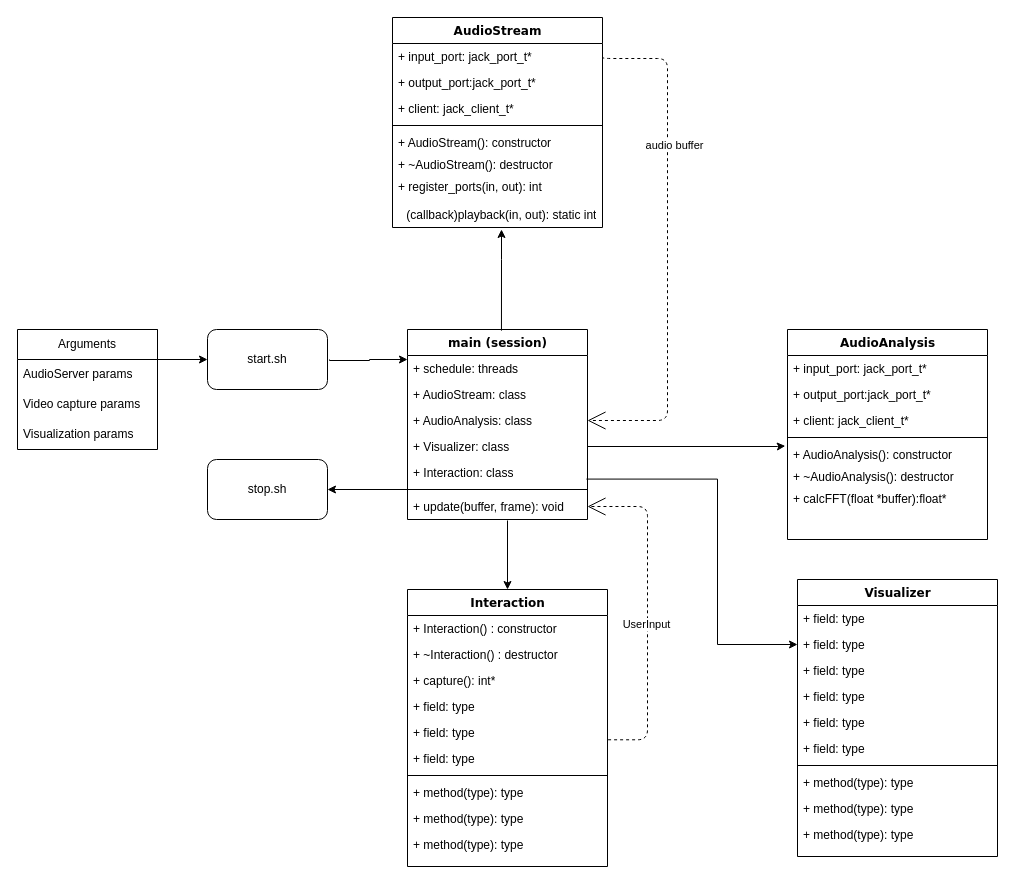
The draw.io diagram uml.drawio in pasquale90/interactive-audio-visualizer, before the edit. Source tidied: cells renumbered, new cells numbered last; positions are measured from the earlier drawing's top-left corner, leaving out a move shared by most shapes. Both pictures are drawn from the tidied source at 100%, with x=0, y=0 at pixel (17, 17).
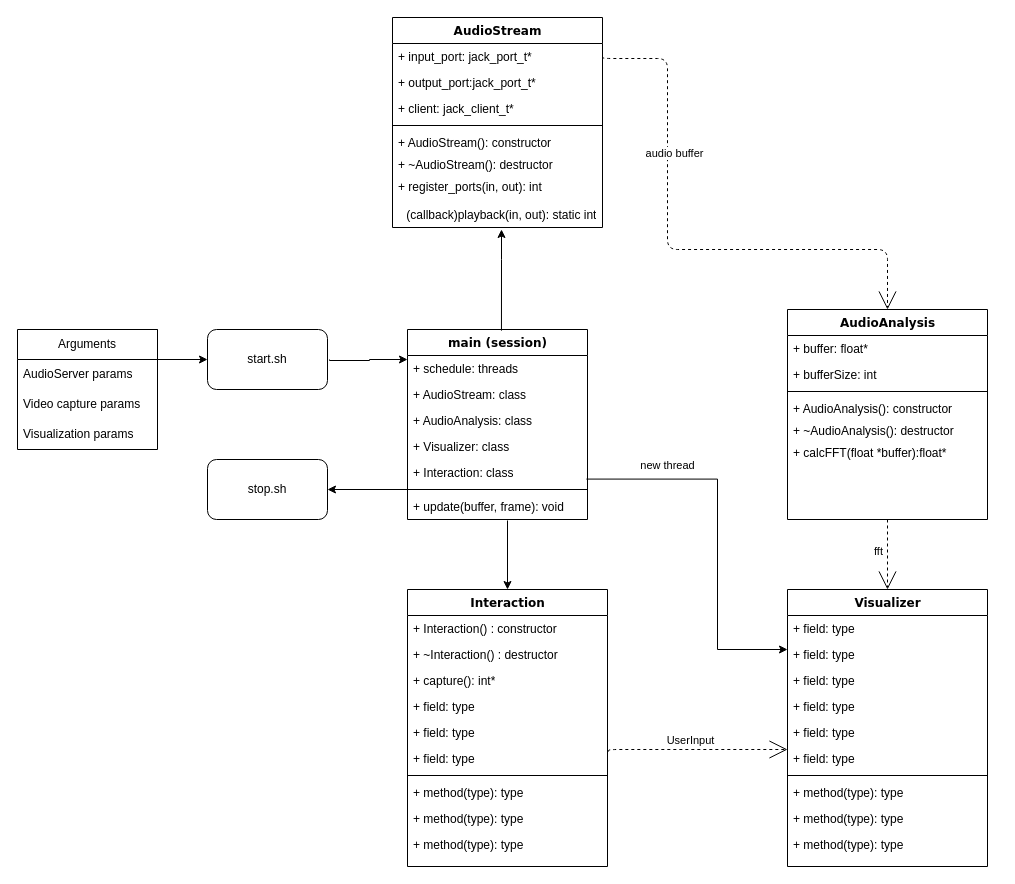
After the change.

The change refers to these unchanged cells:
```xml
<mxCell id="5" value="+ AudioAnalysis: class" style="text;html=1;strokeColor=none;fillColor=none;align=left;verticalAlign=top;spacingLeft=4;spacingRight=4;whiteSpace=wrap;overflow=hidden;points=[[0,0.5],[1,0.5]];portConstraint=eastwest;" parent="2" vertex="1">
  <mxGeometry y="78" width="180" height="26" as="geometry" />
</mxCell>
<mxCell id="6" value="+ Visualizer: class" style="text;html=1;strokeColor=none;fillColor=none;align=left;verticalAlign=top;spacingLeft=4;spacingRight=4;whiteSpace=wrap;overflow=hidden;points=[[0,0.5],[1,0.5]];portConstraint=eastwest;" parent="2" vertex="1">
  <mxGeometry y="104" width="180" height="26" as="geometry" />
</mxCell>
<mxCell id="7" value="+ Interaction: class" style="text;html=1;strokeColor=none;fillColor=none;align=left;verticalAlign=top;spacingLeft=4;spacingRight=4;whiteSpace=wrap;overflow=hidden;points=[[0,0.5],[1,0.5]];portConstraint=eastwest;" parent="2" vertex="1">
  <mxGeometry y="130" width="180" height="26" as="geometry" />
</mxCell>
<mxCell id="9" value="+ update(buffer, frame): void" style="text;html=1;strokeColor=none;fillColor=none;align=left;verticalAlign=top;spacingLeft=4;spacingRight=4;whiteSpace=wrap;overflow=hidden;points=[[0,0.5],[1,0.5]];portConstraint=eastwest;" parent="2" vertex="1">
  <mxGeometry y="164" width="180" height="26" as="geometry" />
</mxCell>
<mxCell id="12" value="+ field: type" style="text;html=1;strokeColor=none;fillColor=none;align=left;verticalAlign=top;spacingLeft=4;spacingRight=4;whiteSpace=wrap;overflow=hidden;points=[[0,0.5],[1,0.5]];portConstraint=eastwest;" parent="10" vertex="1">
  <mxGeometry y="52" width="200" height="26" as="geometry" />
</mxCell>
<mxCell id="22" value="+ input_port: jack_port_t*" style="text;html=1;strokeColor=none;fillColor=none;align=left;verticalAlign=top;spacingLeft=4;spacingRight=4;whiteSpace=wrap;overflow=hidden;points=[[0,0.5],[1,0.5]];portConstraint=eastwest;" parent="21" vertex="1">
  <mxGeometry y="26" width="210" height="26" as="geometry" />
</mxCell>
<mxCell id="56" value="+ field: type" style="text;html=1;strokeColor=none;fillColor=none;align=left;verticalAlign=top;spacingLeft=4;spacingRight=4;whiteSpace=wrap;overflow=hidden;points=[[0,0.5],[1,0.5]];portConstraint=eastwest;" parent="51" vertex="1">
  <mxGeometry y="130" width="200" height="26" as="geometry" />
</mxCell>
<mxCell id="57" value="+ field: type" style="text;html=1;strokeColor=none;fillColor=none;align=left;verticalAlign=top;spacingLeft=4;spacingRight=4;whiteSpace=wrap;overflow=hidden;points=[[0,0.5],[1,0.5]];portConstraint=eastwest;" parent="51" vertex="1">
  <mxGeometry y="156" width="200" height="26" as="geometry" />
</mxCell>
```

Change to the diagram source:
```diff
@@
     <mxCell id="10" value="Visualizer" style="swimlane;html=1;fontStyle=1;align=center;verticalAlign=top;horizontal=1;startSize=26;swimlaneFillColor=#ffffff;rounded=0;shadow=0;comic=0;labelBackgroundColor=none;strokeWidth=1;fillColor=none;fontFamily=Verdana;fontSize=12;" parent="1" vertex="1">
-      <mxGeometry x="780" y="562" width="200" height="277" as="geometry" />
+      <mxGeometry x="770" y="572" width="200" height="277" as="geometry" />
     </mxCell>
@@
     <mxCell id="29" value="AudioAnalysis" style="swimlane;html=1;fontStyle=1;align=center;verticalAlign=top;horizontal=1;startSize=26;swimlaneFillColor=#ffffff;rounded=0;shadow=0;comic=0;labelBackgroundColor=none;strokeWidth=1;fillColor=none;fontFamily=Verdana;fontSize=12;" parent="1" vertex="1">
-      <mxGeometry x="770" y="312" width="200" height="210" as="geometry" />
+      <mxGeometry x="770" y="292" width="200" height="210" as="geometry" />
     </mxCell>
-    <mxCell id="30" value="+ input_port: jack_port_t*" style="text;html=1;strokeColor=none;fillColor=none;align=left;verticalAlign=top;spacingLeft=4;spacingRight=4;whiteSpace=wrap;overflow=hidden;" parent="29" vertex="1">
-      <mxGeometry y="26" width="200" height="26" as="geometry" />
-    </mxCell>
-    <mxCell id="31" value="+ output_port:jack_port_t*" style="text;html=1;strokeColor=none;fillColor=none;align=left;verticalAlign=top;spacingLeft=4;spacingRight=4;whiteSpace=wrap;overflow=hidden;" parent="29" vertex="1">
-      <mxGeometry y="52" width="200" height="26" as="geometry" />
-    </mxCell>
+    <mxCell id="67" value="&lt;div&gt;+ buffer: float*&lt;/div&gt;" style="text;html=1;strokeColor=none;fillColor=none;align=left;verticalAlign=top;spacingLeft=4;spacingRight=4;whiteSpace=wrap;overflow=hidden;" parent="29" vertex="1">
+      <mxGeometry y="26" width="200" height="26" as="geometry" />
+    </mxCell>
-    <mxCell id="32" value="+ client: jack_client_t*" style="text;html=1;strokeColor=none;fillColor=none;align=left;verticalAlign=top;spacingLeft=4;spacingRight=4;whiteSpace=wrap;overflow=hidden;" parent="29" vertex="1">
-      <mxGeometry y="78" width="200" height="26" as="geometry" />
+    <mxCell id="32" value="+ bufferSize: int" style="text;html=1;strokeColor=none;fillColor=none;align=left;verticalAlign=top;spacingLeft=4;spacingRight=4;whiteSpace=wrap;overflow=hidden;" parent="29" vertex="1">
+      <mxGeometry y="52" width="200" height="26" as="geometry" />
     </mxCell>
     <mxCell id="33" style="line;html=1;strokeWidth=1;fillColor=none;align=left;verticalAlign=middle;spacingTop=-1;spacingLeft=3;spacingRight=3;labelPosition=right;" parent="29" vertex="1">
-      <mxGeometry y="104" width="200" height="8" as="geometry" />
+      <mxGeometry y="78" width="200" height="8" as="geometry" />
     </mxCell>
     <mxCell id="34" value="+ AudioAnalysis(): constructor" style="text;html=1;strokeColor=none;fillColor=none;align=left;verticalAlign=top;spacingLeft=4;spacingRight=4;whiteSpace=wrap;overflow=hidden;points=[[0,0.5],[1,0.5]];portConstraint=eastwest;" parent="29" vertex="1">
-      <mxGeometry y="112" width="200" height="22" as="geometry" />
+      <mxGeometry y="86" width="200" height="22" as="geometry" />
     </mxCell>
     <mxCell id="35" value="+ ~AudioAnalysis(): destructor" style="text;html=1;strokeColor=none;fillColor=none;align=left;verticalAlign=top;spacingLeft=4;spacingRight=4;whiteSpace=wrap;overflow=hidden;" parent="29" vertex="1">
-      <mxGeometry y="134" width="200" height="22" as="geometry" />
+      <mxGeometry y="108" width="200" height="22" as="geometry" />
     </mxCell>
     <mxCell id="36" value="+ calcFFT(float *buffer):float*" style="text;html=1;strokeColor=none;fillColor=none;align=left;verticalAlign=top;spacingLeft=4;spacingRight=4;whiteSpace=wrap;overflow=hidden;" parent="29" vertex="1">
-      <mxGeometry y="156" width="200" height="26" as="geometry" />
+      <mxGeometry y="130" width="200" height="26" as="geometry" />
     </mxCell>
@@
-    <mxCell id="45" style="edgeStyle=orthogonalEdgeStyle;html=1;labelBackgroundColor=none;startFill=0;startSize=8;endArrow=open;endFill=0;endSize=16;fontFamily=Verdana;fontSize=12;dashed=1;entryX=1;entryY=0.5;entryDx=0;entryDy=0;exitX=1;exitY=0.5;exitDx=0;exitDy=0;" parent="1" edge="1" source="22" target="5">
+    <mxCell id="45" style="edgeStyle=orthogonalEdgeStyle;html=1;labelBackgroundColor=none;startFill=0;startSize=8;endArrow=open;endFill=0;endSize=16;fontFamily=Verdana;fontSize=12;dashed=1;entryX=0.5;entryY=0;entryDx=0;entryDy=0;exitX=1;exitY=0.5;exitDx=0;exitDy=0;" parent="1" edge="1" source="22" target="29">
       <mxGeometry relative="1" as="geometry">
         <Array as="points">
+          <mxPoint x="585" y="41" />
           <mxPoint x="650" y="41" />
-          <mxPoint x="650" y="403" />
+          <mxPoint x="650" y="232" />
+          <mxPoint x="870" y="232" />
         </Array>
       </mxGeometry>
     </mxCell>
@@
-    <mxCell id="50" style="edgeStyle=orthogonalEdgeStyle;rounded=0;jettySize=auto;html=1;exitX=1;exitY=0.5;exitDx=0;exitDy=0;entryX=-0.011;entryY=0.204;entryDx=0;entryDy=0;entryPerimeter=0;" parent="1" edge="1" source="6" target="34">
-      <mxGeometry relative="1" as="geometry">
-        <Array as="points">
-          <mxPoint x="760" y="429" />
-        </Array>
-      </mxGeometry>
-    </mxCell>
@@
-    <mxCell id="64" style="edgeStyle=orthogonalEdgeStyle;html=1;labelBackgroundColor=none;startFill=0;startSize=8;endArrow=open;endFill=0;endSize=16;fontFamily=Verdana;fontSize=12;dashed=1;exitX=1.003;exitY=0.78;exitDx=0;exitDy=0;exitPerimeter=0;entryX=1;entryY=0.5;entryDx=0;entryDy=0;" parent="1" edge="1" source="56" target="9">
+    <mxCell id="64" style="edgeStyle=orthogonalEdgeStyle;html=1;labelBackgroundColor=none;startFill=0;startSize=8;endArrow=open;endFill=0;endSize=16;fontFamily=Verdana;fontSize=12;dashed=1;exitX=1.005;exitY=0.231;exitDx=0;exitDy=0;exitPerimeter=0;" parent="1" edge="1" source="57">
       <mxGeometry relative="1" as="geometry">
+        <mxPoint x="770" y="732" as="targetPoint" />
         <Array as="points">
-          <mxPoint x="630" y="722" />
-          <mxPoint x="630" y="489" />
+          <mxPoint x="591" y="732" />
         </Array>
       </mxGeometry>
     </mxCell>
     <mxCell id="65" value="UserInput" style="edgeLabel;html=1;align=center;verticalAlign=middle;" parent="64" vertex="1">
-      <mxGeometry x="-0.07" y="2" relative="1" as="geometry" />
+      <mxGeometry x="-0.07" y="2" relative="1" as="geometry">
+        <mxPoint y="-8" as="offset" />
+      </mxGeometry>
     </mxCell>
-    <mxCell id="66" style="edgeStyle=orthogonalEdgeStyle;rounded=0;jettySize=auto;html=1;exitX=0.994;exitY=0.753;exitDx=0;exitDy=0;entryX=0;entryY=0.5;entryDx=0;entryDy=0;exitPerimeter=0;" parent="1" edge="1" source="7" target="12">
+    <mxCell id="66" style="edgeStyle=orthogonalEdgeStyle;rounded=0;jettySize=auto;html=1;exitX=0.994;exitY=0.753;exitDx=0;exitDy=0;exitPerimeter=0;" parent="1" edge="1" source="7">
       <mxGeometry relative="1" as="geometry">
+        <mxPoint x="770" y="632" as="targetPoint" />
         <Array as="points">
           <mxPoint x="700" y="462" />
-          <mxPoint x="700" y="627" />
+          <mxPoint x="700" y="632" />
         </Array>
       </mxGeometry>
     </mxCell>
+    <mxCell id="68" value="new thread" style="edgeLabel;html=1;align=center;verticalAlign=middle;" parent="66" vertex="1">
+      <mxGeometry x="-0.65" y="-4" relative="1" as="geometry">
+        <mxPoint x="16" y="-18" as="offset" />
+      </mxGeometry>
+    </mxCell>
+    <mxCell id="69" style="edgeStyle=orthogonalEdgeStyle;html=1;labelBackgroundColor=none;startFill=0;startSize=8;endArrow=open;endFill=0;endSize=16;fontFamily=Verdana;fontSize=12;dashed=1;exitX=0.5;exitY=1;exitDx=0;exitDy=0;entryX=0.5;entryY=0;entryDx=0;entryDy=0;" parent="1" edge="1" source="29" target="10">
+      <mxGeometry relative="1" as="geometry">
+        <Array as="points">
+          <mxPoint x="870" y="502" />
+          <mxPoint x="870" y="572" />
+        </Array>
+      </mxGeometry>
+    </mxCell>
+    <mxCell id="70" value="fft" style="edgeLabel;html=1;align=center;verticalAlign=middle;" parent="69" vertex="1">
+      <mxGeometry x="-0.07" y="2" relative="1" as="geometry">
+        <mxPoint x="-12" y="-2" as="offset" />
+      </mxGeometry>
+    </mxCell>
```
